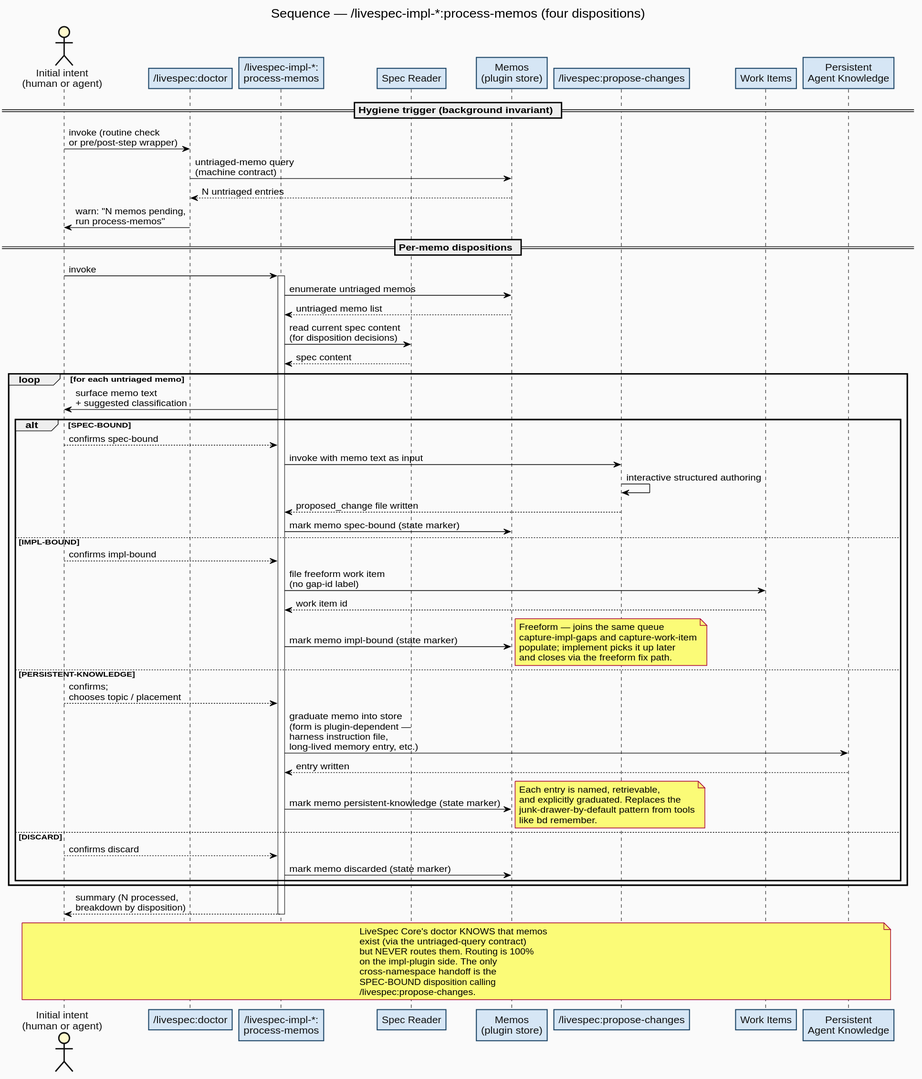
This is research/workflow-processes/diagrams/seq-process-memos.svg from thewoolleyman/livespec, a PlantUML export, as it was before one commit.
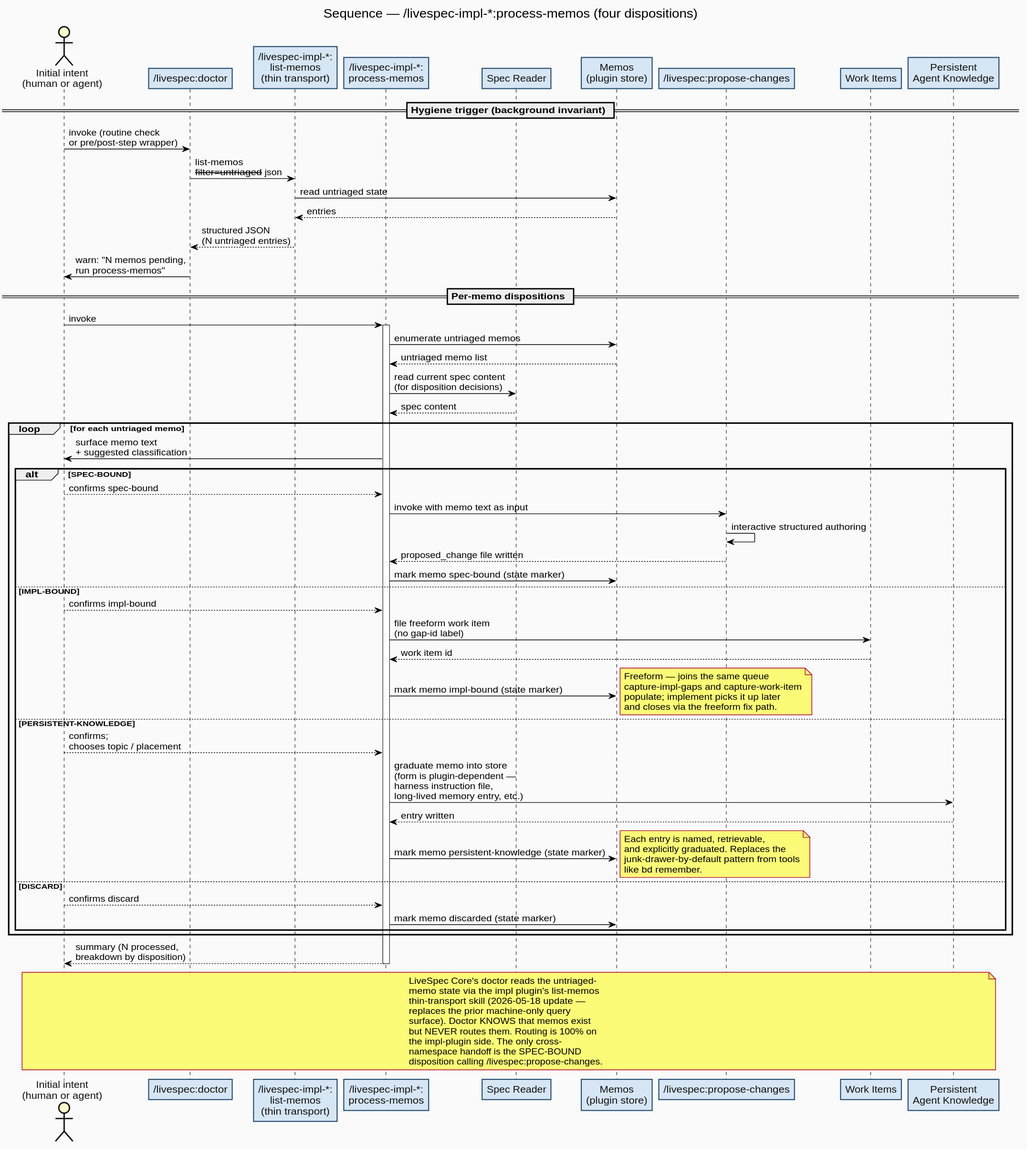
After the commit.

What changed in the source:
```diff
@@ -16,6 +16,7 @@
 
 actor "Initial intent\n(human or agent)" as User
 participant "/livespec:doctor" as Doctor
+participant "/livespec-impl-*:\nlist-memos\n(thin transport)" as ListMemos
 participant "/livespec-impl-*:\nprocess-memos" as Process
 participant "Spec Reader" as SpecReader
 participant "Memos\n(plugin store)" as Memos
@@ -26,8 +27,10 @@
 == Hygiene trigger (background invariant) ==
 
 User -> Doctor : invoke (routine check\nor pre/post-step wrapper)
-Doctor -> Memos : untriaged-memo query\n(machine contract)
-Memos --> Doctor : N untriaged entries
+Doctor -> ListMemos : list-memos\n--filter=untriaged --json
+ListMemos -> Memos : read untriaged state
+Memos --> ListMemos : entries
+ListMemos --> Doctor : structured JSON\n(N untriaged entries)
 Doctor -> User : warn: "N memos pending,\nrun process-memos"
 
 == Per-memo dispositions ==
@@ -71,6 +74,6 @@
 Process --> User : summary (N processed,\nbreakdown by disposition)
 deactivate Process
 
-note over User, AgentKnowledge : LiveSpec Core's doctor KNOWS that memos\nexist (via the untriaged-query contract)\nbut NEVER routes them. Routing is 100%\non the impl-plugin side. The only\ncross-namespace handoff is the\nSPEC-BOUND disposition calling\n/livespec:propose-changes.
+note over User, AgentKnowledge : LiveSpec Core's doctor reads the untriaged-\nmemo state via the impl plugin's list-memos\nthin-transport skill (2026-05-18 update —\nreplaces the prior machine-only query\nsurface). Doctor KNOWS that memos exist\nbut NEVER routes them. Routing is 100% on\nthe impl-plugin side. The only cross-\nnamespace handoff is the SPEC-BOUND\ndisposition calling /livespec:propose-changes.
 
 @enduml
```
